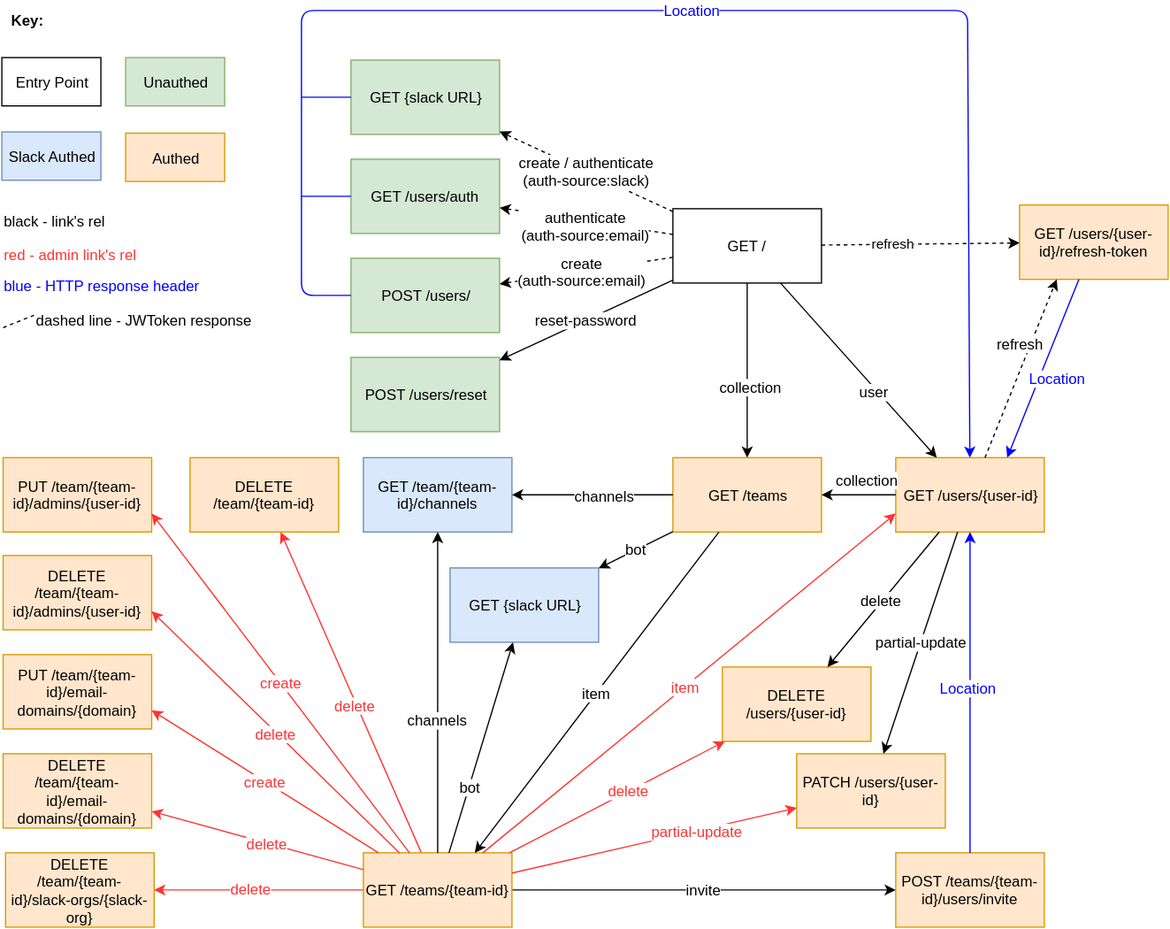
The draw.io diagram docs/OC-Auth-REST-API.svg in open-company/open-company-auth, before a commit. Source tidied: cells renumbered, new cells last; positions are measured from the earlier drawing's top-left corner, leaving out a move shared by most shapes.
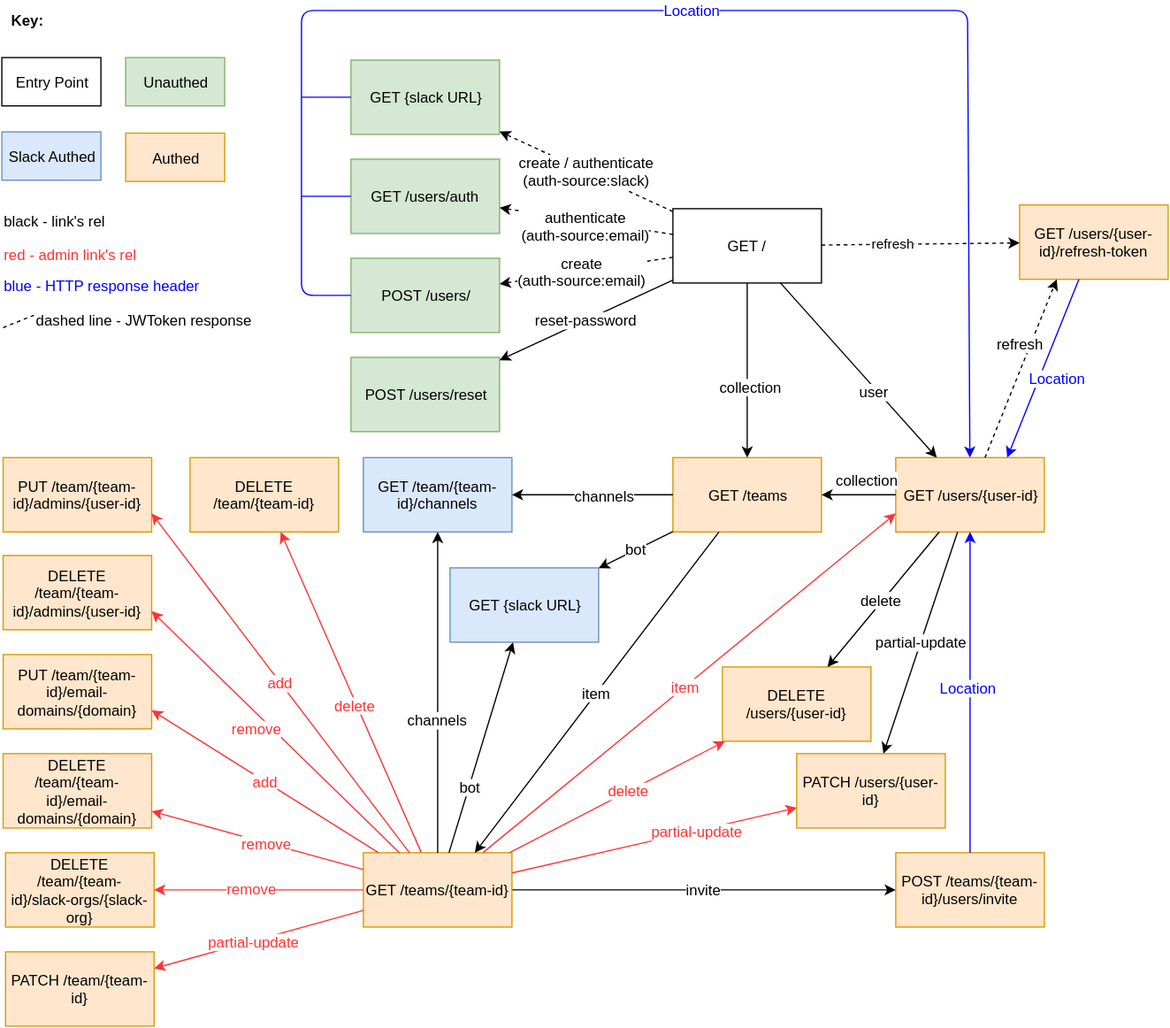
Later version of the same file.

Commit message:
Update rels for team actions.

Change to the diagram source:
```diff
@@ -164,28 +164,30 @@
     <mxCell id="52" value="DELETE /team/{team-id}/slack-orgs/{slack-org}" style="whiteSpace=wrap;html=1;fillColor=#ffe6cc;strokeColor=#d79b00;" parent="1" vertex="1">
       <mxGeometry x="3" y="682" width="120" height="60" as="geometry" />
     </mxCell>
-    <mxCell id="53" value="create" style="endArrow=classic;html=1;strokeColor=#FF3333;fontSize=12;fontColor=#FF3333;entryX=1;entryY=0.75;" parent="1" edge="1" source="40" target="48">
+    <mxCell id="53" value="add" style="endArrow=classic;html=1;strokeColor=#FF3333;fontSize=12;fontColor=#FF3333;entryX=1;entryY=0.75;" parent="1" edge="1" source="40" target="48">
       <mxGeometry relative="1" as="geometry" />
     </mxCell>
     <mxCell id="54" style="endArrow=classic;html=1;strokeColor=#FF3333;fontSize=12;fontColor=#FF3333;entryX=1;entryY=0.75;" parent="1" edge="1" source="40" target="49">
       <mxGeometry relative="1" as="geometry" />
     </mxCell>
-    <mxCell id="55" value="delete" style="text;html=1;align=center;verticalAlign=middle;labelBackgroundColor=#ffffff;fontSize=12;fontColor=#FF3333;" parent="54" vertex="1">
-      <mxGeometry x="-0.01" y="1" relative="1" as="geometry" />
+    <mxCell id="55" value="remove" style="text;html=1;align=center;verticalAlign=middle;labelBackgroundColor=#ffffff;fontSize=12;fontColor=#FF3333;" parent="54" vertex="1">
+      <mxGeometry x="-0.01" y="1" relative="1" as="geometry">
+        <mxPoint x="-15" y="-4" as="offset" />
+      </mxGeometry>
     </mxCell>
-    <mxCell id="56" value="create" style="endArrow=classic;html=1;strokeColor=#FF3333;fontSize=12;fontColor=#FF3333;entryX=1;entryY=0.75;" parent="1" edge="1" source="40" target="50">
+    <mxCell id="56" value="add" style="endArrow=classic;html=1;strokeColor=#FF3333;fontSize=12;fontColor=#FF3333;entryX=1;entryY=0.75;" parent="1" edge="1" source="40" target="50">
       <mxGeometry relative="1" as="geometry" />
     </mxCell>
     <mxCell id="57" style="endArrow=classic;html=1;strokeColor=#FF3333;fontSize=12;fontColor=#FF3333;" parent="1" edge="1" source="40" target="51">
       <mxGeometry relative="1" as="geometry" />
     </mxCell>
-    <mxCell id="58" value="delete" style="text;html=1;align=center;verticalAlign=middle;labelBackgroundColor=#ffffff;fontSize=12;fontColor=#FF3333;" parent="57" vertex="1">
+    <mxCell id="58" value="remove" style="text;html=1;align=center;verticalAlign=middle;labelBackgroundColor=#ffffff;fontSize=12;fontColor=#FF3333;" parent="57" vertex="1">
       <mxGeometry x="-0.09" relative="1" as="geometry" />
     </mxCell>
     <mxCell id="59" style="endArrow=classic;html=1;strokeColor=#FF3333;fontSize=12;fontColor=#FF3333;" parent="1" edge="1" source="40" target="52">
       <mxGeometry relative="1" as="geometry" />
     </mxCell>
-    <mxCell id="60" value="delete" style="text;html=1;align=center;verticalAlign=middle;labelBackgroundColor=#ffffff;fontSize=12;fontColor=#FF3333;" parent="59" vertex="1">
+    <mxCell id="60" value="remove" style="text;html=1;align=center;verticalAlign=middle;labelBackgroundColor=#ffffff;fontSize=12;fontColor=#FF3333;" parent="59" vertex="1">
       <mxGeometry x="0.08" y="-2" relative="1" as="geometry" />
     </mxCell>
     <mxCell id="61" style="endArrow=classic;html=1;strokeColor=#000000;fontSize=12;fontColor=#FF3333;" parent="1" edge="1" source="20" target="44">
@@ -269,5 +271,14 @@
     <mxCell id="81" value="partial-update" style="text;html=1;align=center;verticalAlign=middle;labelBackgroundColor=#ffffff;fontSize=12;fontColor=#FF3333;" parent="80" vertex="1">
       <mxGeometry x="0.3" relative="1" as="geometry" />
     </mxCell>
+    <mxCell id="82" value="PATCH /team/{team-id}" style="whiteSpace=wrap;html=1;fillColor=#ffe6cc;strokeColor=#d79b00;" parent="1" vertex="1">
+      <mxGeometry x="3" y="762" width="120" height="60" as="geometry" />
+    </mxCell>
+    <mxCell id="83" style="endArrow=classic;html=1;strokeColor=#FF3333;fontSize=12;fontColor=#FF3333;" parent="1" edge="1" source="40" target="82">
+      <mxGeometry relative="1" as="geometry" />
+    </mxCell>
+    <mxCell id="84" value="partial-update" style="text;html=1;align=center;verticalAlign=middle;labelBackgroundColor=#ffffff;fontSize=12;fontColor=#FF3333;" parent="83" vertex="1">
+      <mxGeometry x="0.05" relative="1" as="geometry" />
+    </mxCell>
   </root>
 </mxGraphModel>
```
